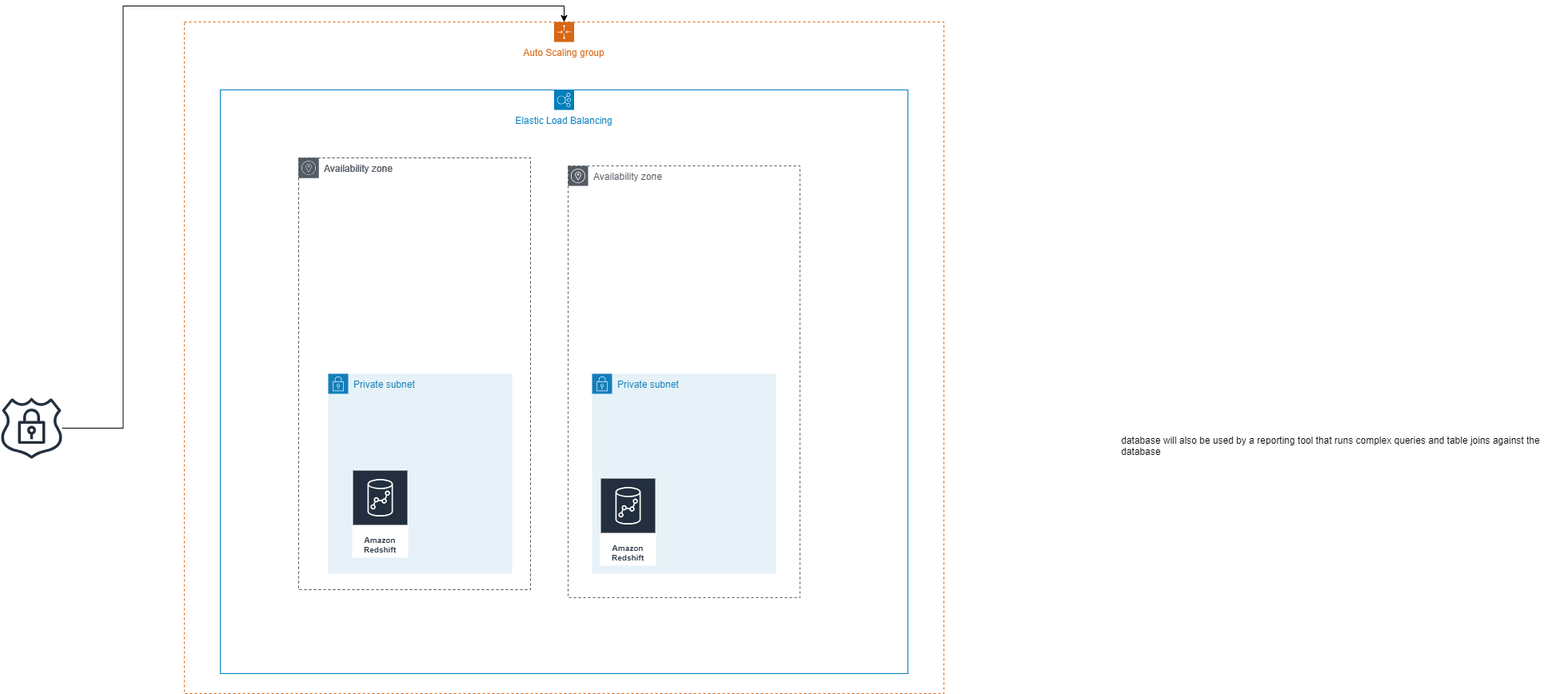
Before: aws data.drawio.png, a diagram exported from draw.io (yosefalmohtaseb/all). Source tidied: cells renumbered, new cells last; positions are measured from the earlier drawing's top-left corner, leaving out a move shared by most shapes.
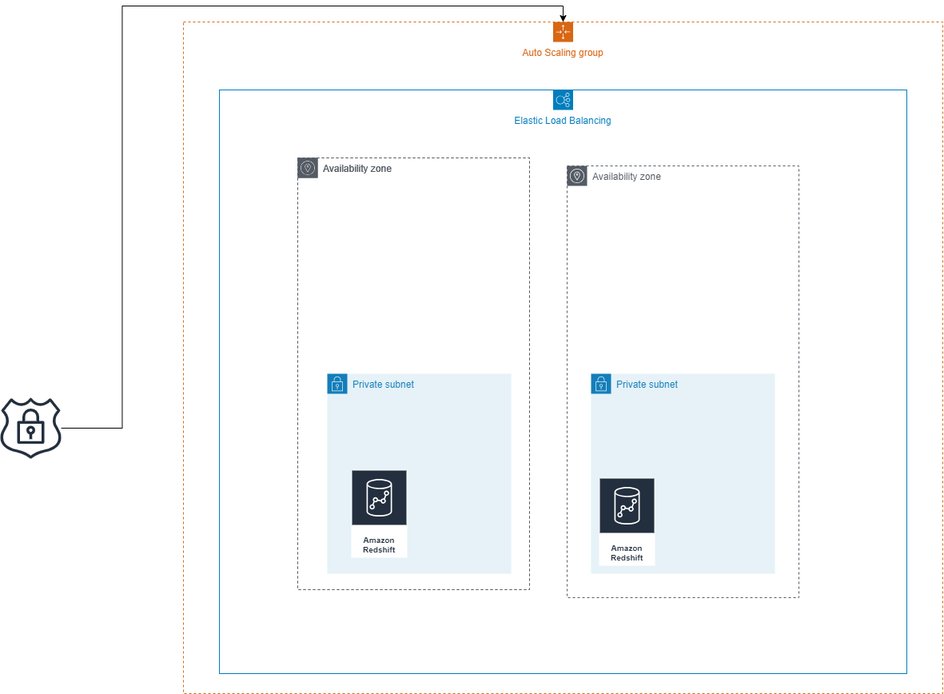
Above is the later version.

Change to the diagram source:
```diff
@@ -29,9 +29,6 @@
     <mxCell id="10" value="Amazon Redshift" style="sketch=0;fontColor=#232F3E;gradientColor=none;strokeColor=#ffffff;fillColor=#232F3E;dashed=0;verticalLabelPosition=middle;verticalAlign=bottom;align=center;html=1;whiteSpace=wrap;fontSize=10;fontStyle=1;spacing=3;shape=mxgraph.aws4.productIcon;prIcon=mxgraph.aws4.redshift;" parent="2" vertex="1">
       <mxGeometry x="520" y="570" width="70" height="110" as="geometry" />
     </mxCell>
-    <mxCell id="11" value="database will also be used by a reporting tool that runs complex queries and table joins against the database" style="text;whiteSpace=wrap;html=1;" parent="1" vertex="1">
-      <mxGeometry x="1400" y="510" width="560" height="50" as="geometry" />
-    </mxCell>
     <mxCell id="12" style="edgeStyle=orthogonalEdgeStyle;rounded=0;jettySize=auto;html=1;entryX=0.5;entryY=0;entryDx=0;entryDy=0;" parent="1" edge="1" source="13" target="2">
       <mxGeometry relative="1" as="geometry" />
     </mxCell>
```
